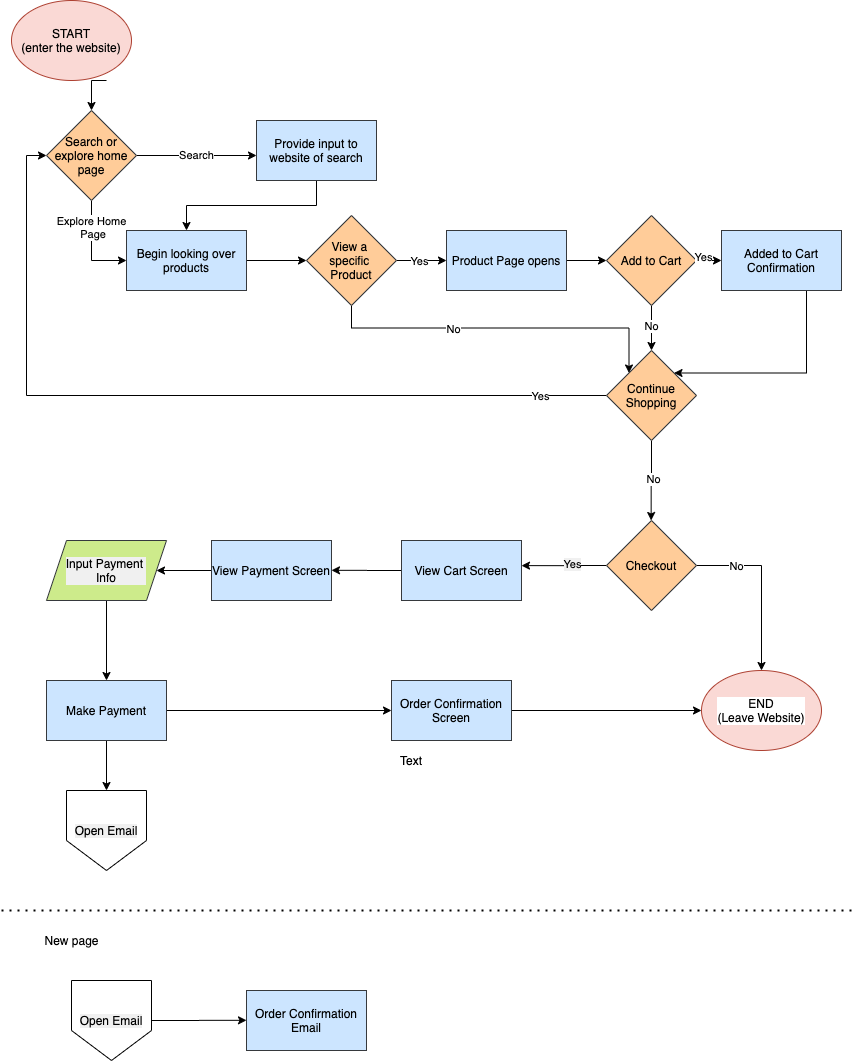
Before: part2/part2.drawio.png, a diagram exported from draw.io (nidhigiridhar/wi21-cse110-lab4). Source tidied: cells renumbered, new cells last; positions are measured from the earlier drawing's top-left corner, leaving out a move shared by most shapes.
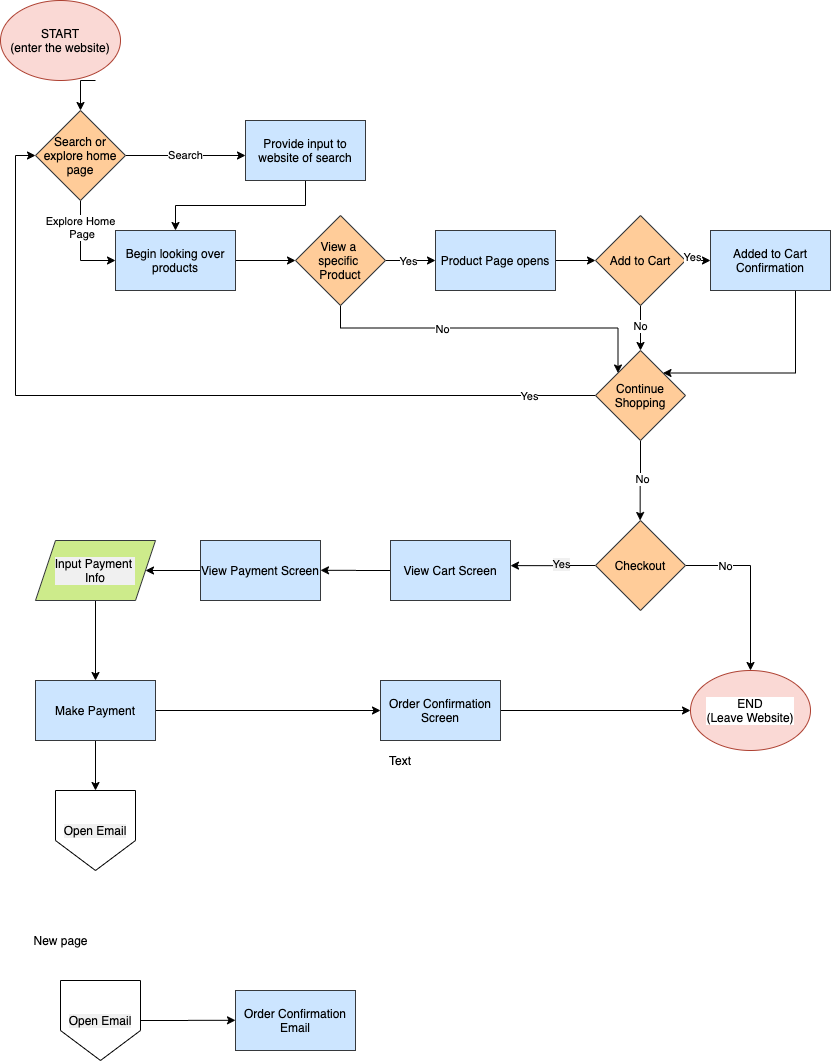
Later version of the same file.

Commit message:
Update flowchart in part2

Diff of the diagram source:
```diff
@@ -180,12 +180,6 @@
     <mxCell id="50" value="Order Confirmation Email" style="rounded=0;whiteSpace=wrap;html=1;fillColor=#cce5ff;strokeColor=#36393d;fontColor=#000000;" parent="1" vertex="1">
       <mxGeometry x="245" y="990" width="120" height="60" as="geometry" />
     </mxCell>
-    <mxCell id="51" style="endArrow=none;dashed=1;html=1;dashPattern=1 3;strokeWidth=2;" parent="1" edge="1">
-      <mxGeometry relative="1" as="geometry">
-        <mxPoint y="910" as="sourcePoint" />
-        <mxPoint x="850" y="910" as="targetPoint" />
-      </mxGeometry>
-    </mxCell>
     <mxCell id="52" value="Text" style="text;html=1;strokeColor=none;fillColor=none;align=center;verticalAlign=middle;whiteSpace=wrap;rounded=0;" parent="1" vertex="1">
       <mxGeometry x="390" y="750" width="40" height="20" as="geometry" />
     </mxCell>
```
